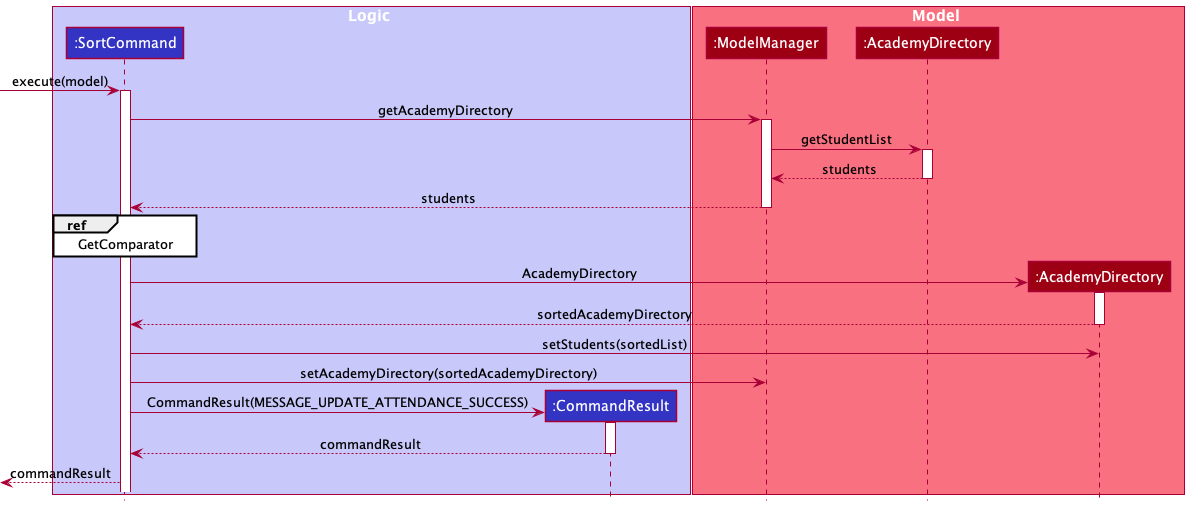
The PlantUML diagram docs/images/dg/logic/commands/sortcommand/SortCommandSequenceDiagram.png in nus-cs2103-AY2122S1/tp, before a commit. Its diagram source:
```plantuml
@startuml
!include ../../../style.puml

box Logic LOGIC_COLOR_T1
Participant ":SortCommand" as sc LOGIC_COLOR
Participant ":CommandResult" as cr LOGIC_COLOR
end box

box Model MODEL_COLOR_T1
Participant ":ModelManager" as mm MODEL_COLOR
Participant ":AcademyDirectory" as mad MODEL_COLOR
Participant ":AcademyDirectory" as ad MODEL_COLOR
end box

[-> sc : execute(model)
activate sc
sc -> mm ++: getAcademyDirectory
mm -> mad ++ : getStudentList
mad --> mm -- : students
mm --> sc --: students
ref over sc : GetComparator



create ad
sc -> ad ++ : AcademyDirectory
ad --> sc -- : sortedAcademyDirectory

sc -> ad : setStudents(sortedList)


sc -> mm : setAcademyDirectory(sortedAcademyDirectory)

create cr
sc -> cr ++ : CommandResult(MESSAGE_UPDATE_ATTENDANCE_SUCCESS)
cr --> sc -- : commandResult
<-- sc : commandResult

@enduml
```
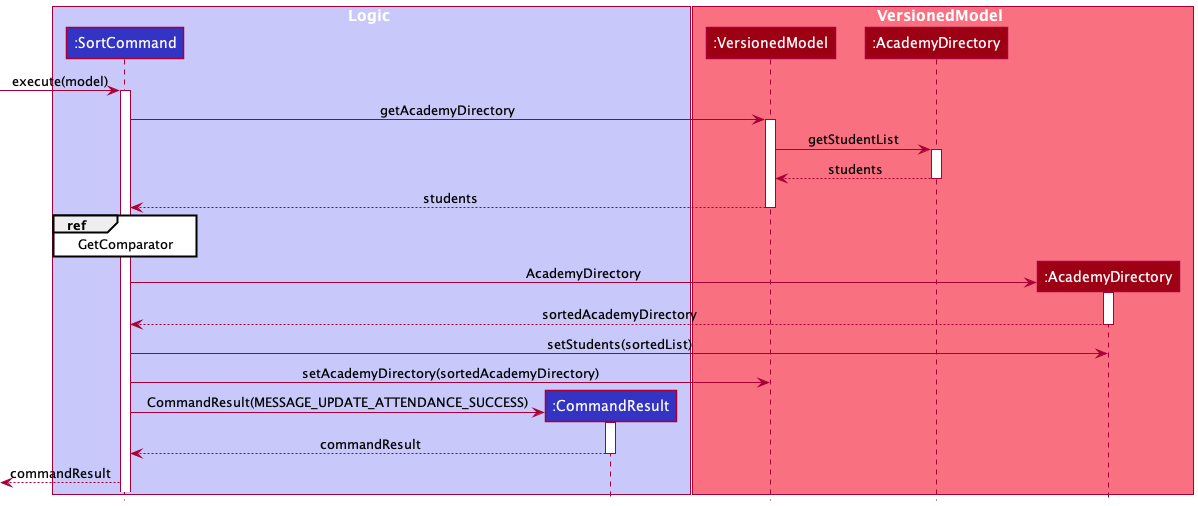
The same diagram one commit later.

Diff of the diagram source:
```diff
@@ -6,8 +6,8 @@
 Participant ":CommandResult" as cr LOGIC_COLOR
 end box
 
-box Model MODEL_COLOR_T1
-Participant ":ModelManager" as mm MODEL_COLOR
+box VersionedModel MODEL_COLOR_T1
+Participant ":VersionedModel" as mm MODEL_COLOR
 Participant ":AcademyDirectory" as mad MODEL_COLOR
 Participant ":AcademyDirectory" as ad MODEL_COLOR
 end box
```
